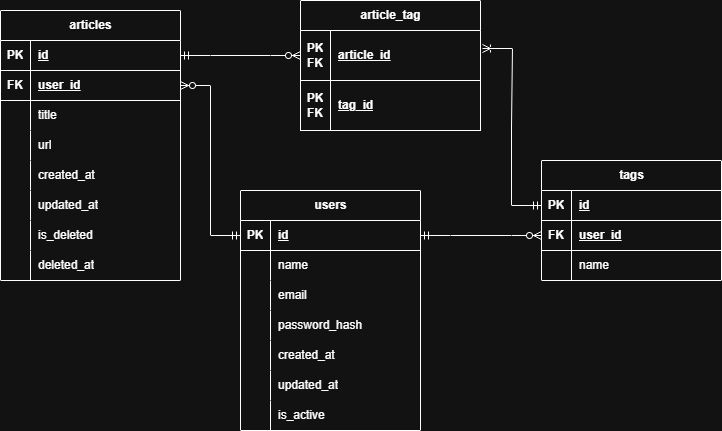
The draw.io diagram docs/assets/ER diagram.drawio.png in takuya1112/webtag, before a commit. Source tidied: cells renumbered, new cells last; positions are measured from the earlier drawing's top-left corner, leaving out a move shared by most shapes.
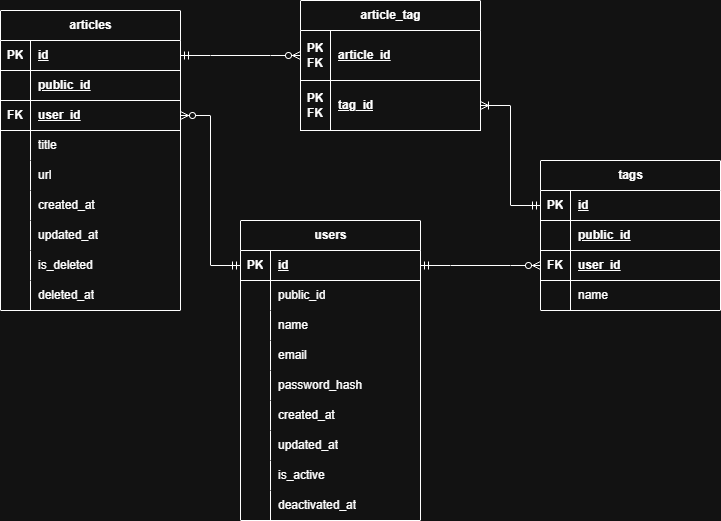
The same file after the commit.

What changed in the source:
```diff
@@ -3,7 +3,7 @@
     <mxCell id="0" />
     <mxCell id="1" parent="0" />
     <mxCell id="2" value="articles" style="shape=table;startSize=30;rowLines=0;fontStyle=1;align=center;html=1;labelBackgroundColor=none;" parent="1" vertex="1">
-      <mxGeometry y="10" width="180" height="270" as="geometry" />
+      <mxGeometry y="10" width="180" height="300" as="geometry" />
     </mxCell>
     <mxCell id="3" style="shape=tableRow;horizontal=0;startSize=0;swimlaneHead=0;swimlaneBody=0;fillColor=none;points=[[0,0.5],[1,0.5]];portConstraint=eastwest;top=0;left=0;right=0;bottom=1;labelBackgroundColor=none;" parent="2" vertex="1">
       <mxGeometry y="30" width="180" height="30" as="geometry" />
@@ -14,8 +14,17 @@
     <mxCell id="5" value="id" style="shape=partialRectangle;fillColor=none;top=0;left=0;bottom=0;right=0;align=left;spacingLeft=6;fontStyle=5;overflow=hidden;whiteSpace=wrap;html=1;labelBackgroundColor=none;" parent="3" vertex="1">
       <mxGeometry x="30" width="150" height="30" as="geometry" />
     </mxCell>
+    <mxCell id="70" style="shape=tableRow;horizontal=0;startSize=0;swimlaneHead=0;swimlaneBody=0;fillColor=none;top=0;left=0;right=0;bottom=1;labelBackgroundColor=none;" parent="2" vertex="1">
+      <mxGeometry y="60" width="180" height="30" as="geometry" />
+    </mxCell>
+    <mxCell id="71" style="shape=partialRectangle;fillColor=none;top=0;left=0;bottom=0;right=0;fontStyle=1;overflow=hidden;whiteSpace=wrap;html=1;labelBackgroundColor=none;" parent="70" vertex="1">
+      <mxGeometry width="30" height="30" as="geometry" />
+    </mxCell>
+    <mxCell id="72" value="public_id" style="shape=partialRectangle;fillColor=none;top=0;left=0;bottom=0;right=0;align=left;spacingLeft=6;fontStyle=5;overflow=hidden;whiteSpace=wrap;html=1;labelBackgroundColor=none;" parent="70" vertex="1">
+      <mxGeometry x="30" width="150" height="30" as="geometry" />
+    </mxCell>
     <mxCell id="6" style="shape=tableRow;horizontal=0;startSize=0;swimlaneHead=0;swimlaneBody=0;fillColor=none;points=[[0,0.5],[1,0.5]];portConstraint=eastwest;top=0;left=0;right=0;bottom=1;labelBackgroundColor=none;" parent="2" vertex="1">
-      <mxGeometry y="60" width="180" height="30" as="geometry" />
+      <mxGeometry y="90" width="180" height="30" as="geometry" />
     </mxCell>
     <mxCell id="7" value="FK" style="shape=partialRectangle;fillColor=none;top=0;left=0;bottom=0;right=0;fontStyle=1;overflow=hidden;whiteSpace=wrap;html=1;labelBackgroundColor=none;" parent="6" vertex="1">
       <mxGeometry width="30" height="30" as="geometry" />
@@ -24,7 +33,7 @@
       <mxGeometry x="30" width="150" height="30" as="geometry" />
     </mxCell>
     <mxCell id="9" style="shape=tableRow;horizontal=0;startSize=0;swimlaneHead=0;swimlaneBody=0;fillColor=none;top=0;left=0;right=0;bottom=0;labelBackgroundColor=none;" parent="2" vertex="1">
-      <mxGeometry y="90" width="180" height="30" as="geometry" />
+      <mxGeometry y="120" width="180" height="30" as="geometry" />
     </mxCell>
     <mxCell id="10" style="shape=partialRectangle;fillColor=none;top=0;left=0;bottom=0;right=0;overflow=hidden;whiteSpace=wrap;html=1;labelBackgroundColor=none;" parent="9" vertex="1">
       <mxGeometry width="30" height="30" as="geometry" />
@@ -33,7 +42,7 @@
       <mxGeometry x="30" width="150" height="30" as="geometry" />
     </mxCell>
     <mxCell id="12" style="shape=tableRow;horizontal=0;startSize=0;swimlaneHead=0;swimlaneBody=0;fillColor=none;top=0;left=0;right=0;bottom=0;labelBackgroundColor=none;" parent="2" vertex="1">
-      <mxGeometry y="120" width="180" height="30" as="geometry" />
+      <mxGeometry y="150" width="180" height="30" as="geometry" />
     </mxCell>
     <mxCell id="13" style="shape=partialRectangle;fillColor=none;top=0;left=0;bottom=0;right=0;overflow=hidden;whiteSpace=wrap;html=1;labelBackgroundColor=none;" parent="12" vertex="1">
       <mxGeometry width="30" height="30" as="geometry" />
@@ -42,7 +51,7 @@
       <mxGeometry x="30" width="150" height="30" as="geometry" />
     </mxCell>
     <mxCell id="15" style="shape=tableRow;horizontal=0;startSize=0;swimlaneHead=0;swimlaneBody=0;fillColor=none;top=0;left=0;right=0;bottom=0;labelBackgroundColor=none;" parent="2" vertex="1">
-      <mxGeometry y="150" width="180" height="30" as="geometry" />
+      <mxGeometry y="180" width="180" height="30" as="geometry" />
     </mxCell>
     <mxCell id="16" style="shape=partialRectangle;fillColor=none;top=0;left=0;bottom=0;right=0;overflow=hidden;whiteSpace=wrap;html=1;labelBackgroundColor=none;" parent="15" vertex="1">
       <mxGeometry width="30" height="30" as="geometry" />
@@ -51,7 +60,7 @@
       <mxGeometry x="30" width="150" height="30" as="geometry" />
     </mxCell>
     <mxCell id="18" style="shape=tableRow;horizontal=0;startSize=0;swimlaneHead=0;swimlaneBody=0;fillColor=none;top=0;left=0;right=0;bottom=0;labelBackgroundColor=none;" parent="2" vertex="1">
-      <mxGeometry y="180" width="180" height="30" as="geometry" />
+      <mxGeometry y="210" width="180" height="30" as="geometry" />
     </mxCell>
     <mxCell id="19" style="shape=partialRectangle;fillColor=none;top=0;left=0;bottom=0;right=0;overflow=hidden;whiteSpace=wrap;html=1;labelBackgroundColor=none;" parent="18" vertex="1">
       <mxGeometry width="30" height="30" as="geometry" />
@@ -60,7 +69,7 @@
       <mxGeometry x="30" width="150" height="30" as="geometry" />
     </mxCell>
     <mxCell id="21" style="shape=tableRow;horizontal=0;startSize=0;swimlaneHead=0;swimlaneBody=0;fillColor=none;top=0;left=0;right=0;bottom=0;labelBackgroundColor=none;" parent="2" vertex="1">
-      <mxGeometry y="210" width="180" height="30" as="geometry" />
+      <mxGeometry y="240" width="180" height="30" as="geometry" />
     </mxCell>
     <mxCell id="22" style="shape=partialRectangle;fillColor=none;top=0;left=0;bottom=0;right=0;overflow=hidden;whiteSpace=wrap;html=1;labelBackgroundColor=none;" parent="21" vertex="1">
       <mxGeometry width="30" height="30" as="geometry" />
@@ -69,7 +78,7 @@
       <mxGeometry x="30" width="150" height="30" as="geometry" />
     </mxCell>
     <mxCell id="24" style="shape=tableRow;horizontal=0;startSize=0;swimlaneHead=0;swimlaneBody=0;fillColor=none;top=0;left=0;right=0;bottom=0;labelBackgroundColor=none;" parent="2" vertex="1">
-      <mxGeometry y="240" width="180" height="30" as="geometry" />
+      <mxGeometry y="270" width="180" height="30" as="geometry" />
     </mxCell>
     <mxCell id="25" style="shape=partialRectangle;fillColor=none;top=0;left=0;bottom=0;right=0;overflow=hidden;whiteSpace=wrap;html=1;labelBackgroundColor=none;" parent="24" vertex="1">
       <mxGeometry width="30" height="30" as="geometry" />
@@ -78,7 +87,7 @@
       <mxGeometry x="30" width="150" height="30" as="geometry" />
     </mxCell>
     <mxCell id="27" value="tags" style="shape=table;startSize=30;rowLines=0;fontStyle=1;align=center;html=1;" parent="1" vertex="1">
-      <mxGeometry x="541" y="160" width="180" height="120" as="geometry" />
+      <mxGeometry x="540" y="160" width="180" height="150" as="geometry" />
     </mxCell>
     <mxCell id="28" style="shape=tableRow;horizontal=0;startSize=0;swimlaneHead=0;swimlaneBody=0;fillColor=none;points=[[0,0.5],[1,0.5]];portConstraint=eastwest;top=0;left=0;right=0;bottom=1;" parent="27" vertex="1">
       <mxGeometry y="30" width="180" height="30" as="geometry" />
@@ -89,8 +98,17 @@
     <mxCell id="30" value="id" style="shape=partialRectangle;fillColor=none;top=0;left=0;bottom=0;right=0;align=left;spacingLeft=6;fontStyle=5;overflow=hidden;whiteSpace=wrap;html=1;" parent="28" vertex="1">
       <mxGeometry x="30" width="150" height="30" as="geometry" />
     </mxCell>
+    <mxCell id="73" style="shape=tableRow;horizontal=0;startSize=0;swimlaneHead=0;swimlaneBody=0;fillColor=none;top=0;left=0;right=0;bottom=1;" parent="27" vertex="1">
+      <mxGeometry y="60" width="180" height="30" as="geometry" />
+    </mxCell>
+    <mxCell id="74" style="shape=partialRectangle;fillColor=none;top=0;left=0;bottom=0;right=0;fontStyle=1;overflow=hidden;whiteSpace=wrap;html=1;" parent="73" vertex="1">
+      <mxGeometry width="30" height="30" as="geometry" />
+    </mxCell>
+    <mxCell id="75" value="public_id" style="shape=partialRectangle;fillColor=none;top=0;left=0;bottom=0;right=0;align=left;spacingLeft=6;fontStyle=5;overflow=hidden;whiteSpace=wrap;html=1;" parent="73" vertex="1">
+      <mxGeometry x="30" width="150" height="30" as="geometry" />
+    </mxCell>
     <mxCell id="31" style="shape=tableRow;horizontal=0;startSize=0;swimlaneHead=0;swimlaneBody=0;fillColor=none;points=[[0,0.5],[1,0.5]];portConstraint=eastwest;top=0;left=0;right=0;bottom=1;" parent="27" vertex="1">
-      <mxGeometry y="60" width="180" height="30" as="geometry" />
+      <mxGeometry y="90" width="180" height="30" as="geometry" />
     </mxCell>
     <mxCell id="32" value="FK" style="shape=partialRectangle;fillColor=none;top=0;left=0;bottom=0;right=0;fontStyle=1;overflow=hidden;whiteSpace=wrap;html=1;" parent="31" vertex="1">
       <mxGeometry width="30" height="30" as="geometry" />
@@ -99,7 +117,7 @@
       <mxGeometry x="30" width="150" height="30" as="geometry" />
     </mxCell>
     <mxCell id="34" style="shape=tableRow;horizontal=0;startSize=0;swimlaneHead=0;swimlaneBody=0;fillColor=none;top=0;left=0;right=0;bottom=0;" parent="27" vertex="1">
-      <mxGeometry y="90" width="180" height="30" as="geometry" />
+      <mxGeometry y="120" width="180" height="30" as="geometry" />
     </mxCell>
     <mxCell id="35" style="shape=partialRectangle;fillColor=none;top=0;left=0;bottom=0;right=0;overflow=hidden;whiteSpace=wrap;html=1;" parent="34" vertex="1">
       <mxGeometry width="30" height="30" as="geometry" />
@@ -131,11 +149,11 @@
     <mxCell id="44" style="edgeStyle=entityRelationEdgeStyle;fontSize=12;html=1;endArrow=ERzeroToMany;startArrow=ERmandOne;rounded=0;exitX=1;exitY=0.5;exitDx=0;exitDy=0;entryX=0;entryY=0.5;entryDx=0;entryDy=0;" parent="1" edge="1" source="3" target="38">
       <mxGeometry relative="1" as="geometry" />
     </mxCell>
-    <mxCell id="45" style="edgeStyle=entityRelationEdgeStyle;fontSize=12;html=1;endArrow=ERoneToMany;startArrow=ERmandOne;rounded=0;entryX=1.011;entryY=0.36;entryDx=0;entryDy=0;entryPerimeter=0;" parent="1" edge="1" source="28" target="38">
+    <mxCell id="45" style="edgeStyle=entityRelationEdgeStyle;fontSize=12;html=1;endArrow=ERoneToMany;startArrow=ERmandOne;rounded=0;entryX=1;entryY=0.5;entryDx=0;entryDy=0;" parent="1" edge="1" source="28" target="41">
       <mxGeometry relative="1" as="geometry" />
     </mxCell>
     <mxCell id="46" value="users" style="shape=table;startSize=30;rowLines=0;fontStyle=1;align=center;html=1;" parent="1" vertex="1">
-      <mxGeometry x="240" y="190" width="180" height="240" as="geometry" />
+      <mxGeometry x="240" y="220" width="180" height="300" as="geometry" />
     </mxCell>
     <mxCell id="47" style="shape=tableRow;horizontal=0;startSize=0;swimlaneHead=0;swimlaneBody=0;fillColor=none;points=[[0,0.5],[1,0.5]];portConstraint=eastwest;top=0;left=0;right=0;bottom=1;" parent="46" vertex="1">
       <mxGeometry y="30" width="180" height="30" as="geometry" />
@@ -146,8 +164,17 @@
     <mxCell id="49" value="id" style="shape=partialRectangle;fillColor=none;top=0;left=0;bottom=0;right=0;align=left;spacingLeft=6;fontStyle=5;overflow=hidden;whiteSpace=wrap;html=1;" parent="47" vertex="1">
       <mxGeometry x="30" width="150" height="30" as="geometry" />
     </mxCell>
+    <mxCell id="76" style="shape=tableRow;horizontal=0;startSize=0;swimlaneHead=0;swimlaneBody=0;fillColor=none;top=0;left=0;right=0;bottom=0;" parent="46" vertex="1">
+      <mxGeometry y="60" width="180" height="30" as="geometry" />
+    </mxCell>
+    <mxCell id="77" style="shape=partialRectangle;fillColor=none;top=0;left=0;bottom=0;right=0;overflow=hidden;whiteSpace=wrap;html=1;" parent="76" vertex="1">
+      <mxGeometry width="30" height="30" as="geometry" />
+    </mxCell>
+    <mxCell id="78" value="public_id" style="shape=partialRectangle;fillColor=none;top=0;left=0;bottom=0;right=0;align=left;spacingLeft=6;overflow=hidden;whiteSpace=wrap;html=1;" parent="76" vertex="1">
+      <mxGeometry x="30" width="150" height="30" as="geometry" />
+    </mxCell>
     <mxCell id="50" style="shape=tableRow;horizontal=0;startSize=0;swimlaneHead=0;swimlaneBody=0;fillColor=none;top=0;left=0;right=0;bottom=0;" parent="46" vertex="1">
-      <mxGeometry y="60" width="180" height="30" as="geometry" />
+      <mxGeometry y="90" width="180" height="30" as="geometry" />
     </mxCell>
     <mxCell id="51" style="shape=partialRectangle;fillColor=none;top=0;left=0;bottom=0;right=0;overflow=hidden;whiteSpace=wrap;html=1;" parent="50" vertex="1">
       <mxGeometry width="30" height="30" as="geometry" />
@@ -156,7 +183,7 @@
       <mxGeometry x="30" width="150" height="30" as="geometry" />
     </mxCell>
     <mxCell id="53" style="shape=tableRow;horizontal=0;startSize=0;swimlaneHead=0;swimlaneBody=0;fillColor=none;top=0;left=0;right=0;bottom=0;" parent="46" vertex="1">
-      <mxGeometry y="90" width="180" height="30" as="geometry" />
+      <mxGeometry y="120" width="180" height="30" as="geometry" />
     </mxCell>
     <mxCell id="54" style="shape=partialRectangle;fillColor=none;top=0;left=0;bottom=0;right=0;overflow=hidden;whiteSpace=wrap;html=1;" parent="53" vertex="1">
       <mxGeometry width="30" height="30" as="geometry" />
@@ -165,7 +192,7 @@
       <mxGeometry x="30" width="150" height="30" as="geometry" />
     </mxCell>
     <mxCell id="56" style="shape=tableRow;horizontal=0;startSize=0;swimlaneHead=0;swimlaneBody=0;fillColor=none;top=0;left=0;right=0;bottom=0;" parent="46" vertex="1">
-      <mxGeometry y="120" width="180" height="30" as="geometry" />
+      <mxGeometry y="150" width="180" height="30" as="geometry" />
     </mxCell>
     <mxCell id="57" style="shape=partialRectangle;fillColor=none;top=0;left=0;bottom=0;right=0;overflow=hidden;whiteSpace=wrap;html=1;" parent="56" vertex="1">
       <mxGeometry width="30" height="30" as="geometry" />
@@ -174,7 +201,7 @@
       <mxGeometry x="30" width="150" height="30" as="geometry" />
     </mxCell>
     <mxCell id="59" style="shape=tableRow;horizontal=0;startSize=0;swimlaneHead=0;swimlaneBody=0;fillColor=none;top=0;left=0;right=0;bottom=0;" parent="46" vertex="1">
-      <mxGeometry y="150" width="180" height="30" as="geometry" />
+      <mxGeometry y="180" width="180" height="30" as="geometry" />
     </mxCell>
     <mxCell id="60" style="shape=partialRectangle;fillColor=none;top=0;left=0;bottom=0;right=0;overflow=hidden;whiteSpace=wrap;html=1;" parent="59" vertex="1">
       <mxGeometry width="30" height="30" as="geometry" />
@@ -183,7 +210,7 @@
       <mxGeometry x="30" width="150" height="30" as="geometry" />
     </mxCell>
     <mxCell id="62" style="shape=tableRow;horizontal=0;startSize=0;swimlaneHead=0;swimlaneBody=0;fillColor=none;top=0;left=0;right=0;bottom=0;" parent="46" vertex="1">
-      <mxGeometry y="180" width="180" height="30" as="geometry" />
+      <mxGeometry y="210" width="180" height="30" as="geometry" />
     </mxCell>
     <mxCell id="63" style="shape=partialRectangle;fillColor=none;top=0;left=0;bottom=0;right=0;overflow=hidden;whiteSpace=wrap;html=1;" parent="62" vertex="1">
       <mxGeometry width="30" height="30" as="geometry" />
@@ -192,7 +219,7 @@
       <mxGeometry x="30" width="150" height="30" as="geometry" />
     </mxCell>
     <mxCell id="65" style="shape=tableRow;horizontal=0;startSize=0;swimlaneHead=0;swimlaneBody=0;fillColor=none;top=0;left=0;right=0;bottom=0;" parent="46" vertex="1">
-      <mxGeometry y="210" width="180" height="30" as="geometry" />
+      <mxGeometry y="240" width="180" height="30" as="geometry" />
     </mxCell>
     <mxCell id="66" style="shape=partialRectangle;fillColor=none;top=0;left=0;bottom=0;right=0;overflow=hidden;whiteSpace=wrap;html=1;" parent="65" vertex="1">
       <mxGeometry width="30" height="30" as="geometry" />
@@ -200,6 +227,15 @@
     <mxCell id="67" value="is_active" style="shape=partialRectangle;fillColor=none;top=0;left=0;bottom=0;right=0;align=left;spacingLeft=6;overflow=hidden;whiteSpace=wrap;html=1;" parent="65" vertex="1">
       <mxGeometry x="30" width="150" height="30" as="geometry" />
     </mxCell>
+    <mxCell id="79" style="shape=tableRow;horizontal=0;startSize=0;swimlaneHead=0;swimlaneBody=0;fillColor=none;top=0;left=0;right=0;bottom=0;" parent="46" vertex="1">
+      <mxGeometry y="270" width="180" height="30" as="geometry" />
+    </mxCell>
+    <mxCell id="80" style="shape=partialRectangle;fillColor=none;top=0;left=0;bottom=0;right=0;overflow=hidden;whiteSpace=wrap;html=1;" parent="79" vertex="1">
+      <mxGeometry width="30" height="30" as="geometry" />
+    </mxCell>
+    <mxCell id="81" value="deactivated_at" style="shape=partialRectangle;fillColor=none;top=0;left=0;bottom=0;right=0;align=left;spacingLeft=6;overflow=hidden;whiteSpace=wrap;html=1;" parent="79" vertex="1">
+      <mxGeometry x="30" width="150" height="30" as="geometry" />
+    </mxCell>
     <mxCell id="68" style="edgeStyle=entityRelationEdgeStyle;fontSize=12;html=1;endArrow=ERzeroToMany;startArrow=ERmandOne;rounded=0;exitX=0;exitY=0.5;exitDx=0;exitDy=0;entryX=1;entryY=0.5;entryDx=0;entryDy=0;" parent="1" edge="1" source="47" target="6">
       <mxGeometry relative="1" as="geometry" />
     </mxCell>
```
